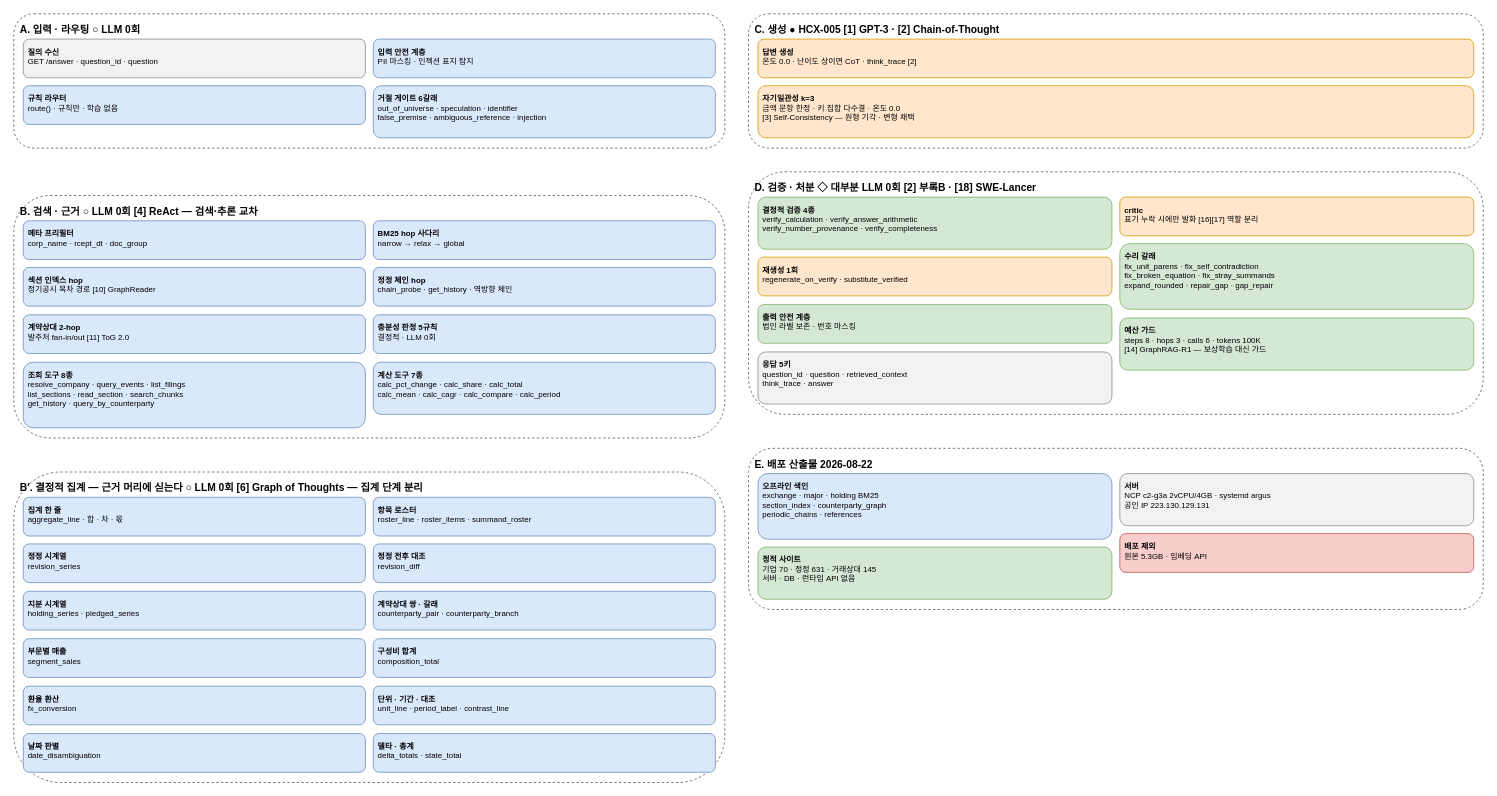
The draw.io diagram docs/figures/argus-deploy-v7.drawio in JUHWANKIM-ai/ARGUS, before the edit. Source tidied: cells renumbered, new cells numbered last; positions are measured from the earlier drawing's top-left corner, leaving out a move shared by most shapes. Both pictures are drawn from the tidied source at 79%, with x=0, y=0 at pixel (13, 13).
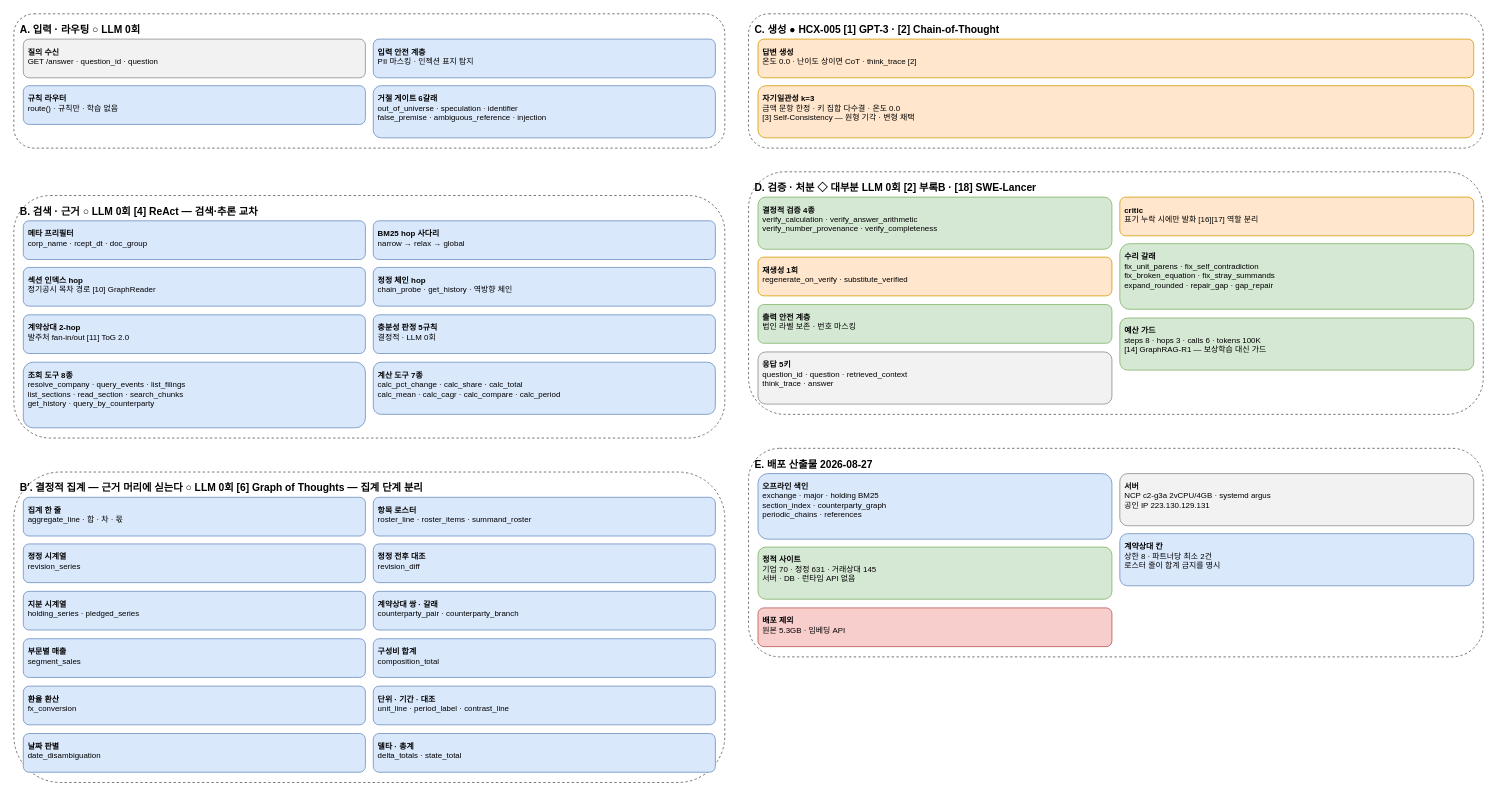
After the change.

Change to the diagram source:
```diff
@@
-    <mxCell id="7" value="E.  배포 산출물   2026-08-22" style="rounded=1;whiteSpace=wrap;html=1;dashed=1;fillColor=none;strokeColor=#555555;verticalAlign=top;align=left;spacing=8;fontSize=13;fontStyle=1;fontColor=#000000;" parent="1" vertex="1">
-      <mxGeometry x="930" y="550" width="930" height="204" as="geometry" />
+    <mxCell id="7" value="E.  배포 산출물   2026-08-27" style="rounded=1;whiteSpace=wrap;html=1;dashed=1;fillColor=none;strokeColor=#555555;verticalAlign=top;align=left;spacing=8;fontSize=13;fontStyle=1;fontColor=#000000;" parent="1" vertex="1">
+      <mxGeometry x="930" y="550" width="930" height="264" as="geometry" />
     </mxCell>
@@
-    <mxCell id="44" value="&lt;b&gt;배포 제외&lt;/b&gt;&#10;원본 5.3GB · 임베딩 API" style="rounded=1;whiteSpace=wrap;html=1;align=left;verticalAlign=top;spacing=6;fillColor=#f8cecc;strokeColor=#b85450;fontColor=#000000;fontSize=10;" parent="1" vertex="1">
-      <mxGeometry x="1400" y="658" width="448" height="49" as="geometry" />
+    <mxCell id="44" value="&lt;b&gt;계약상대 칸&lt;/b&gt;&#10;상한 8 · 파트너당 최소 2건&#10;로스터 줄이 합계 금지를 명시" style="rounded=1;whiteSpace=wrap;html=1;align=left;verticalAlign=top;spacing=6;fillColor=#dae8fc;strokeColor=#6c8ebf;fontColor=#000000;fontSize=10;" parent="1" vertex="1">
+      <mxGeometry x="1400" y="658" width="448" height="66" as="geometry" />
     </mxCell>
+    <mxCell id="45" value="&lt;b&gt;배포 제외&lt;/b&gt;&#10;원본 5.3GB · 임베딩 API" style="rounded=1;whiteSpace=wrap;html=1;align=left;verticalAlign=top;spacing=6;fillColor=#f8cecc;strokeColor=#b85450;fontColor=#000000;fontSize=10;" parent="1" vertex="1">
+      <mxGeometry x="942" y="752" width="448" height="49" as="geometry" />
+    </mxCell>
```
